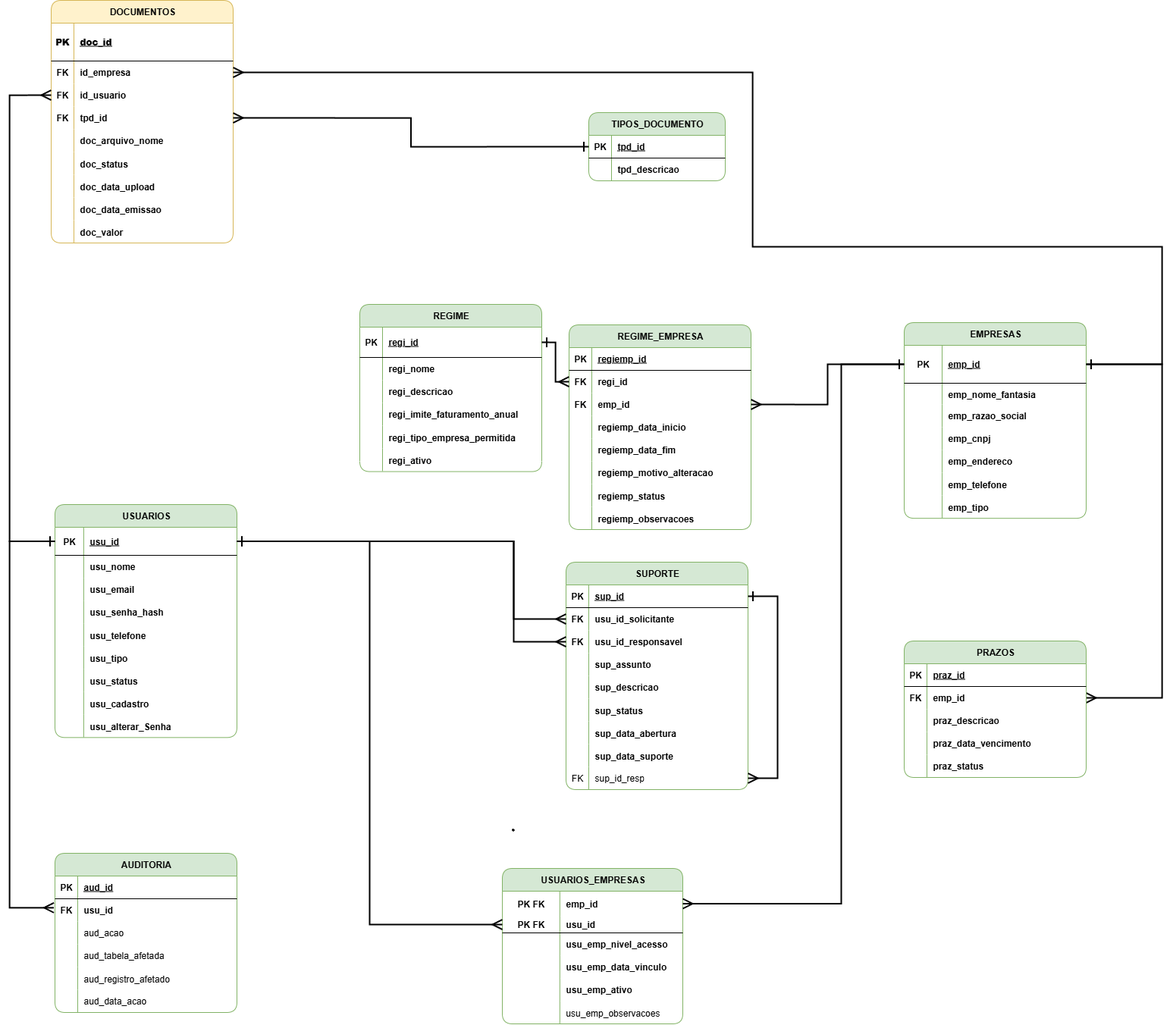
Before: API & Banco de dados/Diagrama_Contabilidade_TCC.drawio.png, a diagram exported from draw.io (Naiara-Ishiy/TCC-Contax). Source tidied: cells renumbered, new cells last; positions are measured from the earlier drawing's top-left corner, leaving out a move shared by most shapes.
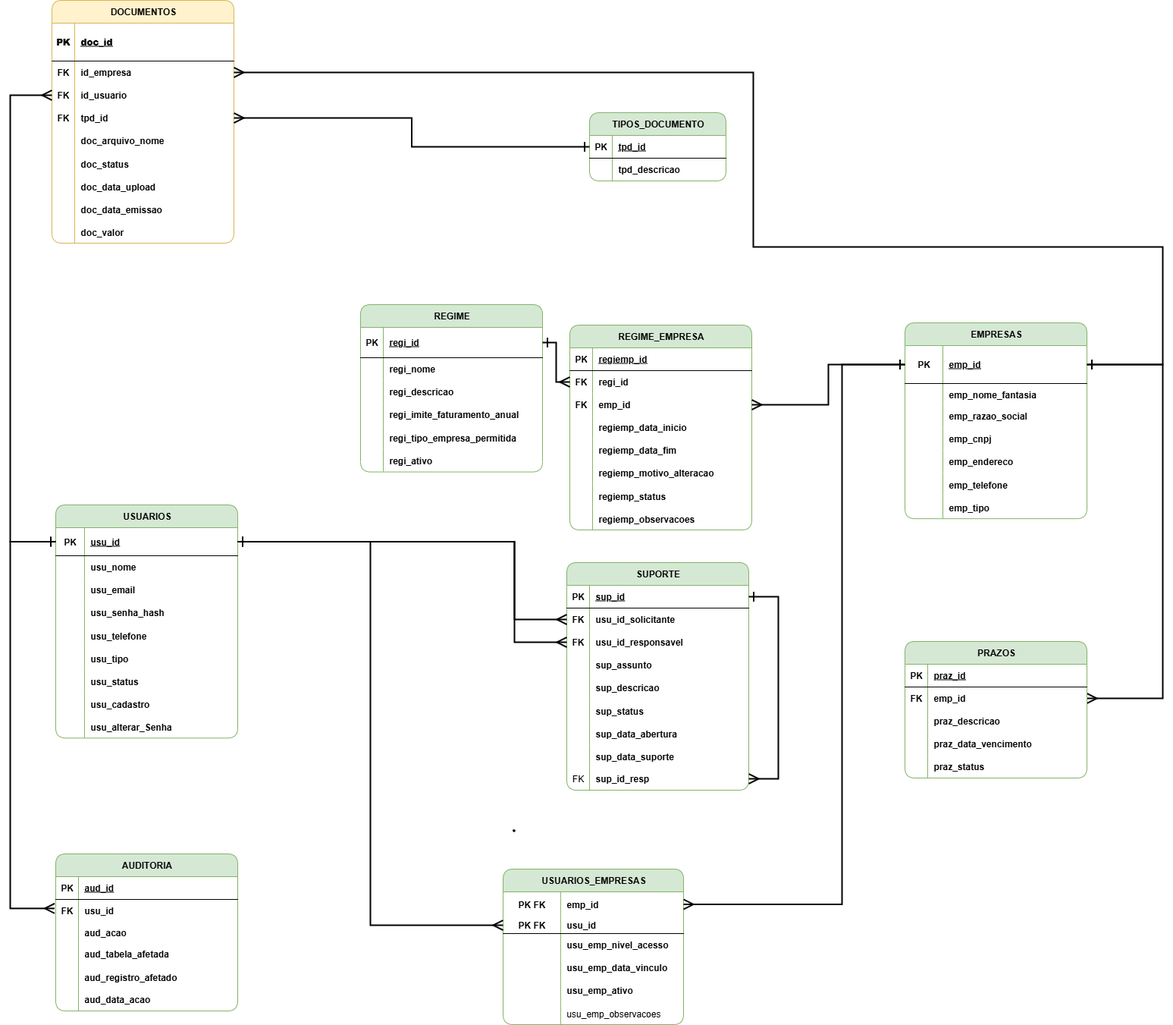
The same file after the commit.

Commit message:
atualização modelagem

Diff of the diagram source:
```diff
@@ -170,7 +170,7 @@
     <mxCell id="57" value="&lt;b&gt;FK&lt;/b&gt;" style="shape=partialRectangle;fillColor=none;top=0;left=0;bottom=0;right=0;fontStyle=0;overflow=hidden;whiteSpace=wrap;html=1;" parent="56" vertex="1">
       <mxGeometry width="30" height="30" as="geometry" />
     </mxCell>
-    <mxCell id="58" value="&lt;b&gt;id_empresa&lt;/b&gt;" style="shape=partialRectangle;fillColor=none;top=0;left=0;bottom=0;right=0;align=left;spacingLeft=6;fontStyle=0;overflow=hidden;whiteSpace=wrap;html=1;" parent="56" vertex="1">
+    <mxCell id="58" value="&lt;span&gt;id_empresa&lt;/span&gt;" style="shape=partialRectangle;fillColor=none;top=0;left=0;bottom=0;right=0;align=left;spacingLeft=6;fontStyle=1;overflow=hidden;whiteSpace=wrap;html=1;" parent="56" vertex="1">
       <mxGeometry x="30" width="210" height="30" as="geometry" />
     </mxCell>
     <mxCell id="59" style="shape=tableRow;horizontal=0;startSize=0;swimlaneHead=0;swimlaneBody=0;fillColor=none;points=[[0,0.5],[1,0.5]];portConstraint=eastwest;top=0;left=0;right=0;bottom=0;" parent="52" vertex="1">
@@ -188,7 +188,7 @@
     <mxCell id="63" value="&lt;b&gt;FK&lt;/b&gt;" style="shape=partialRectangle;fillColor=none;top=0;left=0;bottom=0;right=0;overflow=hidden;whiteSpace=wrap;html=1;" parent="62" vertex="1">
       <mxGeometry width="30" height="30" as="geometry" />
     </mxCell>
-    <mxCell id="64" value="&lt;b&gt;tpd_id&lt;/b&gt;" style="shape=partialRectangle;fillColor=none;top=0;left=0;bottom=0;right=0;align=left;spacingLeft=6;overflow=hidden;whiteSpace=wrap;html=1;strokeColor=inherit;" parent="62" vertex="1">
+    <mxCell id="64" value="&lt;span&gt;tpd_id&lt;/span&gt;" style="shape=partialRectangle;fillColor=none;top=0;left=0;bottom=0;right=0;align=left;spacingLeft=6;overflow=hidden;whiteSpace=wrap;html=1;strokeColor=inherit;fontStyle=1;" parent="62" vertex="1">
       <mxGeometry x="30" width="210" height="30" as="geometry" />
     </mxCell>
     <mxCell id="65" style="shape=tableRow;horizontal=0;startSize=0;swimlaneHead=0;swimlaneBody=0;fillColor=none;top=0;left=0;right=0;bottom=0;" parent="52" vertex="1">
@@ -317,7 +317,7 @@
     <mxCell id="106" value="FK" style="shape=partialRectangle;fillColor=none;top=0;left=0;bottom=0;right=0;fontStyle=0;overflow=hidden;whiteSpace=wrap;html=1;" parent="105" vertex="1">
       <mxGeometry width="30" height="30" as="geometry" />
     </mxCell>
-    <mxCell id="107" value="sup_id_resp" style="shape=partialRectangle;fillColor=none;top=0;left=0;bottom=0;right=0;align=left;spacingLeft=6;fontStyle=0;overflow=hidden;whiteSpace=wrap;html=1;" parent="105" vertex="1">
+    <mxCell id="107" value="sup_id_resp" style="shape=partialRectangle;fillColor=none;top=0;left=0;bottom=0;right=0;align=left;spacingLeft=6;fontStyle=1;overflow=hidden;whiteSpace=wrap;html=1;" parent="105" vertex="1">
       <mxGeometry x="30" width="210" height="30" as="geometry" />
     </mxCell>
     <mxCell id="108" style="endArrow=ERone;html=1;rounded=0;strokeWidth=2;startArrow=ERmany;startFill=0;endFill=0;exitX=1;exitY=0.5;exitDx=0;exitDy=0;edgeStyle=orthogonalEdgeStyle;entryX=1;entryY=0.5;entryDx=0;entryDy=0;startSize=10;endSize=10;" parent="80" edge="1" source="105" target="81">
@@ -329,7 +329,7 @@
       </mxGeometry>
     </mxCell>
     <mxCell id="109" value="AUDITORIA" style="shape=table;startSize=30;rowLines=0;fontStyle=1;align=center;html=1;rounded=1;fillColor=#d5e8d4;strokeColor=#82b366;" parent="1" vertex="1">
-      <mxGeometry x="60" y="1125" width="240" height="210" as="geometry" />
+      <mxGeometry x="60" y="1125" width="240" height="207" as="geometry" />
     </mxCell>
     <mxCell id="110" style="shape=tableRow;horizontal=0;startSize=0;swimlaneHead=0;swimlaneBody=0;fillColor=none;top=0;left=0;right=0;bottom=1;" parent="109" vertex="1">
       <mxGeometry y="30" width="240" height="30" as="geometry" />
@@ -350,39 +350,39 @@
       <mxGeometry x="30" width="210" height="30" as="geometry" />
     </mxCell>
     <mxCell id="116" style="shape=tableRow;horizontal=0;startSize=0;swimlaneHead=0;swimlaneBody=0;fillColor=none;top=0;left=0;right=0;bottom=0;" parent="109" vertex="1">
-      <mxGeometry y="90" width="240" height="30" as="geometry" />
+      <mxGeometry y="90" width="240" height="27" as="geometry" />
     </mxCell>
     <mxCell id="117" style="shape=partialRectangle;fillColor=none;top=0;left=0;bottom=0;right=0;overflow=hidden;whiteSpace=wrap;html=1;" parent="116" vertex="1">
-      <mxGeometry width="30" height="30" as="geometry" />
+      <mxGeometry width="30" height="27" as="geometry" />
     </mxCell>
-    <mxCell id="118" value="aud_acao" style="shape=partialRectangle;fillColor=none;top=0;left=0;bottom=0;right=0;align=left;spacingLeft=6;overflow=hidden;whiteSpace=wrap;html=1;" parent="116" vertex="1">
-      <mxGeometry x="30" width="210" height="30" as="geometry" />
+    <mxCell id="118" value="aud_acao" style="shape=partialRectangle;fillColor=none;top=0;left=0;bottom=0;right=0;align=left;spacingLeft=6;overflow=hidden;whiteSpace=wrap;html=1;fontStyle=1;" parent="116" vertex="1">
+      <mxGeometry x="30" width="210" height="27" as="geometry" />
     </mxCell>
     <mxCell id="119" style="shape=tableRow;horizontal=0;startSize=0;swimlaneHead=0;swimlaneBody=0;fillColor=none;top=0;left=0;right=0;bottom=0;" parent="109" vertex="1">
-      <mxGeometry y="120" width="240" height="30" as="geometry" />
+      <mxGeometry y="117" width="240" height="30" as="geometry" />
     </mxCell>
     <mxCell id="120" style="shape=partialRectangle;fillColor=none;top=0;left=0;bottom=0;right=0;overflow=hidden;whiteSpace=wrap;html=1;" parent="119" vertex="1">
       <mxGeometry width="30" height="30" as="geometry" />
     </mxCell>
-    <mxCell id="121" value="aud_tabela_afetada" style="shape=partialRectangle;fillColor=none;top=0;left=0;bottom=0;right=0;align=left;spacingLeft=6;overflow=hidden;whiteSpace=wrap;html=1;" parent="119" vertex="1">
+    <mxCell id="121" value="aud_tabela_afetada" style="shape=partialRectangle;fillColor=none;top=0;left=0;bottom=0;right=0;align=left;spacingLeft=6;overflow=hidden;whiteSpace=wrap;html=1;fontStyle=1;" parent="119" vertex="1">
       <mxGeometry x="30" width="210" height="30" as="geometry" />
     </mxCell>
     <mxCell id="122" style="shape=tableRow;horizontal=0;startSize=0;swimlaneHead=0;swimlaneBody=0;fillColor=none;top=0;left=0;right=0;bottom=0;" parent="109" vertex="1">
-      <mxGeometry y="150" width="240" height="30" as="geometry" />
+      <mxGeometry y="147" width="240" height="30" as="geometry" />
     </mxCell>
     <mxCell id="123" style="shape=partialRectangle;fillColor=none;top=0;left=0;bottom=0;right=0;overflow=hidden;" parent="122" vertex="1">
       <mxGeometry width="30" height="30" as="geometry" />
     </mxCell>
-    <mxCell id="124" value="aud_registro_afetado" style="shape=partialRectangle;fillColor=none;top=0;left=0;bottom=0;right=0;align=left;spacingLeft=6;overflow=hidden;" parent="122" vertex="1">
+    <mxCell id="124" value="aud_registro_afetado" style="shape=partialRectangle;fillColor=none;top=0;left=0;bottom=0;right=0;align=left;spacingLeft=6;overflow=hidden;fontStyle=1;" parent="122" vertex="1">
       <mxGeometry x="30" width="210" height="30" as="geometry" />
     </mxCell>
     <mxCell id="125" style="shape=tableRow;horizontal=0;startSize=0;swimlaneHead=0;swimlaneBody=0;fillColor=none;top=0;left=0;right=0;bottom=0;" parent="109" vertex="1">
-      <mxGeometry y="180" width="240" height="30" as="geometry" />
+      <mxGeometry y="177" width="240" height="30" as="geometry" />
     </mxCell>
     <mxCell id="126" style="shape=partialRectangle;fillColor=none;top=0;left=0;bottom=0;right=0;overflow=hidden;whiteSpace=wrap;html=1;" parent="125" vertex="1">
       <mxGeometry width="30" height="30" as="geometry" />
     </mxCell>
-    <mxCell id="127" value="aud_data_acao" style="shape=partialRectangle;fillColor=none;top=0;left=0;bottom=0;right=0;align=left;spacingLeft=6;overflow=hidden;whiteSpace=wrap;html=1;" parent="125" vertex="1">
+    <mxCell id="127" value="aud_data_acao" style="shape=partialRectangle;fillColor=none;top=0;left=0;bottom=0;right=0;align=left;spacingLeft=6;overflow=hidden;whiteSpace=wrap;html=1;fontStyle=1;" parent="125" vertex="1">
       <mxGeometry x="30" width="210" height="30" as="geometry" />
     </mxCell>
     <mxCell id="128" value="REGIME" style="shape=table;startSize=30;rowLines=0;fontStyle=1;align=center;html=1;rounded=1;fillColor=#d5e8d4;strokeColor=#82b366;" parent="1" vertex="1">
```
